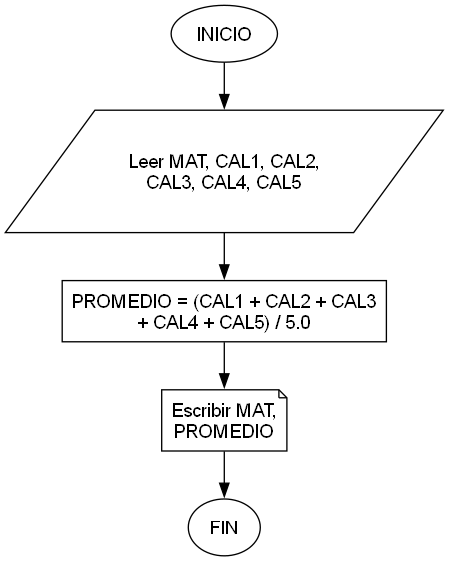
Above: Ejercicios/Ejemplo_1_8/Diagrama/Ejemplo_1_8.png in 23Leilany166/java-tutor-tics (Graphviz), before the change. Its source is kept beside it as Ejercicios/Ejemplo_1_8/Diagrama/Ejemplo_1_8.dot. Its diagram source:
```dot
digraph Ejemplo_1_8 {
    graph [bgcolor="transparent"];
    node [shape=rect, fontname="Arial", margin="0.1,0.1"];
    edge [fontname="Arial", fontsize=10];

    INICIO [shape=ellipse, label="INICIO"];
    LEER_DATOS [shape=parallelogram, label="Leer MAT, CAL1, CAL2,\nCAL3, CAL4, CAL5"];
    CALCULAR_PROMEDIO [label="PROMEDIO = (CAL1 + CAL2 + CAL3\n+ CAL4 + CAL5) / 5.0"];
    IMPRIMIR_RESULTADOS [shape=note, label="Escribir MAT,\nPROMEDIO"];
    FIN [shape=ellipse, label="FIN"];

    INICIO -> LEER_DATOS;
    LEER_DATOS -> CALCULAR_PROMEDIO;
    CALCULAR_PROMEDIO -> IMPRIMIR_RESULTADOS;
    IMPRIMIR_RESULTADOS -> FIN;
}
```
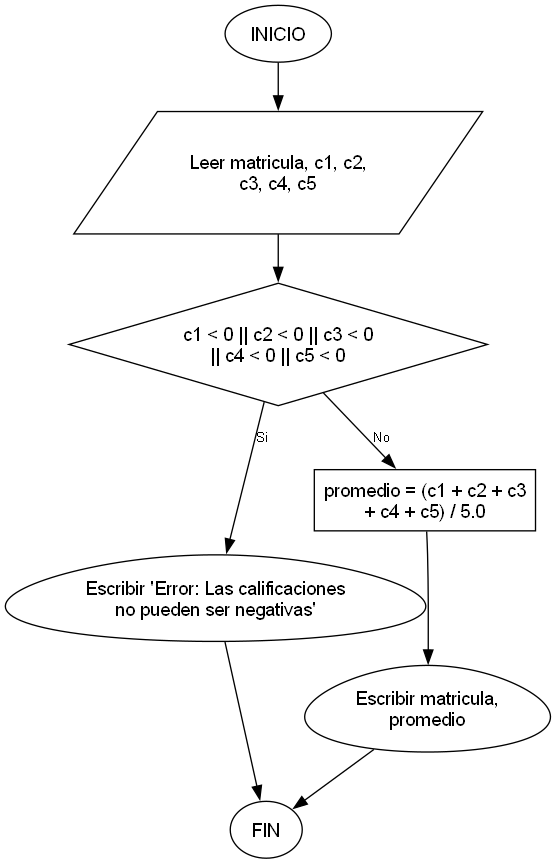
The same diagram one commit later.

Diff of the diagram source:
```diff
@@ -4,13 +4,18 @@
     edge [fontname="Arial", fontsize=10];
 
     INICIO [shape=ellipse, label="INICIO"];
-    LEER_DATOS [shape=parallelogram, label="Leer MAT, CAL1, CAL2,\nCAL3, CAL4, CAL5"];
-    CALCULAR_PROMEDIO [label="PROMEDIO = (CAL1 + CAL2 + CAL3\n+ CAL4 + CAL5) / 5.0"];
-    IMPRIMIR_RESULTADOS [shape=note, label="Escribir MAT,\nPROMEDIO"];
+    LEER_DATOS [shape=parallelogram, label="Leer matricula, c1, c2,\nc3, c4, c5"];
+    VALIDAR [shape=diamond, label="c1 < 0 || c2 < 0 || c3 < 0\n|| c4 < 0 || c5 < 0"];
+    ERROR [shape=egg, label="Escribir 'Error: Las calificaciones\nno pueden ser negativas'"];
+    CALCULAR_PROMEDIO [label="promedio = (c1 + c2 + c3\n+ c4 + c5) / 5.0"];
+    IMPRIMIR_RESULTADOS [shape=egg, label="Escribir matricula,\npromedio"];
     FIN [shape=ellipse, label="FIN"];
 
     INICIO -> LEER_DATOS;
-    LEER_DATOS -> CALCULAR_PROMEDIO;
+    LEER_DATOS -> VALIDAR;
+    VALIDAR -> ERROR [label="Si"];
+    VALIDAR -> CALCULAR_PROMEDIO [label="No"];
+    ERROR -> FIN;
     CALCULAR_PROMEDIO -> IMPRIMIR_RESULTADOS;
     IMPRIMIR_RESULTADOS -> FIN;
 }
```
